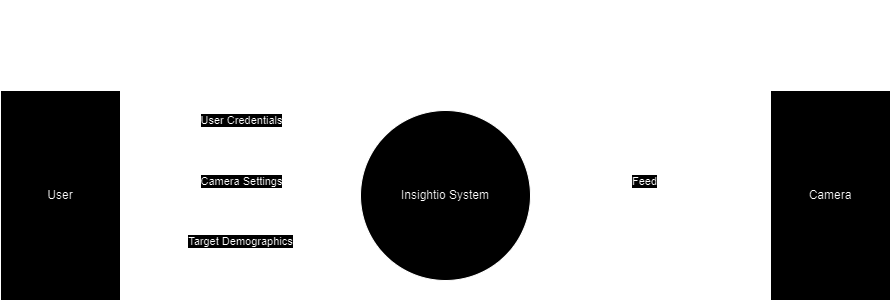
Above: Documentation/assets/INS-DFD-000-Git.png in CankayaUniversity/ceng-407-408-2023-2024-Insightio (draw.io), before the change. Source tidied: cells renumbered, new cells last; positions are measured from the earlier drawing's top-left corner, leaving out a move shared by most shapes. The source it was exported from:
```xml
<mxGraphModel background="#ffffff">
  <root>
    <mxCell id="0" />
    <mxCell id="1" parent="0" />
    <mxCell id="2" style="line;strokeWidth=1;fillColor=none;align=left;verticalAlign=middle;spacingTop=-1;spacingLeft=3;spacingRight=3;labelPosition=right;strokeColor=inherit;" parent="1" vertex="1">
      <mxGeometry x="120" y="26" width="650" height="8" as="geometry" />
    </mxCell>
    <mxCell id="3" style="group;" parent="1" vertex="1">
      <mxGeometry y="90" width="890" height="210" as="geometry" />
    </mxCell>
    <mxCell id="4" value="Insightio System" style="ellipse;whiteSpace=wrap;html=1;" parent="3" vertex="1">
      <mxGeometry x="360" y="20" width="170" height="170" as="geometry" />
    </mxCell>
    <mxCell id="5" style="edgeStyle=orthogonalEdgeStyle;rounded=0;jettySize=auto;html=1;exitX=0.25;exitY=0;exitDx=0;exitDy=0;entryX=0;entryY=0;entryDx=0;entryDy=0;" parent="3" edge="1" source="11" target="4">
      <mxGeometry relative="1" as="geometry">
        <Array as="points">
          <mxPoint x="120" y="45" />
        </Array>
      </mxGeometry>
    </mxCell>
    <mxCell id="6" value="User Credentials" style="edgeLabel;html=1;align=center;verticalAlign=middle;" parent="5" vertex="1">
      <mxGeometry x="0.25" y="-1" relative="1" as="geometry">
        <mxPoint x="-43" y="-16" as="offset" />
      </mxGeometry>
    </mxCell>
    <mxCell id="7" style="edgeStyle=orthogonalEdgeStyle;rounded=0;jettySize=auto;html=1;exitX=0.5;exitY=0;exitDx=0;exitDy=0;entryX=0;entryY=0.5;entryDx=0;entryDy=0;" parent="3" edge="1" source="11" target="4">
      <mxGeometry relative="1" as="geometry" />
    </mxCell>
    <mxCell id="8" value="Camera Settings" style="edgeLabel;html=1;align=center;verticalAlign=middle;" parent="7" vertex="1">
      <mxGeometry x="0.23" relative="1" as="geometry">
        <mxPoint x="-27" y="-15" as="offset" />
      </mxGeometry>
    </mxCell>
    <mxCell id="9" style="edgeStyle=orthogonalEdgeStyle;rounded=0;jettySize=auto;html=1;exitX=0;exitY=1;exitDx=0;exitDy=0;entryX=0.786;entryY=-0.017;entryDx=0;entryDy=0;entryPerimeter=0;" parent="3" edge="1" source="4" target="11">
      <mxGeometry relative="1" as="geometry" />
    </mxCell>
    <mxCell id="10" value="Target Demographics" style="edgeLabel;html=1;align=center;verticalAlign=middle;" parent="9" vertex="1">
      <mxGeometry x="0.04" relative="1" as="geometry">
        <mxPoint x="-8" y="-15" as="offset" />
      </mxGeometry>
    </mxCell>
    <mxCell id="11" value="User" style="rounded=0;whiteSpace=wrap;html=1;direction=south;" parent="3" vertex="1">
      <mxGeometry width="120" height="210" as="geometry" />
    </mxCell>
    <mxCell id="12" style="edgeStyle=orthogonalEdgeStyle;rounded=0;jettySize=auto;html=1;exitX=0.5;exitY=1;exitDx=0;exitDy=0;entryX=1;entryY=0.5;entryDx=0;entryDy=0;" parent="3" edge="1" source="14" target="4">
      <mxGeometry relative="1" as="geometry" />
    </mxCell>
    <mxCell id="13" value="Feed" style="edgeLabel;html=1;align=center;verticalAlign=middle;" parent="12" vertex="1">
      <mxGeometry x="0.06" y="-1" relative="1" as="geometry">
        <mxPoint y="-14" as="offset" />
      </mxGeometry>
    </mxCell>
    <mxCell id="14" value="Camera" style="rounded=0;whiteSpace=wrap;html=1;direction=south;" parent="3" vertex="1">
      <mxGeometry x="770" width="120" height="210" as="geometry" />
    </mxCell>
    <mxCell id="15" value="Insightio Level 0 DFD" style="text;align=center;fontStyle=1;verticalAlign=middle;spacingLeft=3;spacingRight=3;strokeColor=none;html=1;" parent="1" vertex="1">
      <mxGeometry x="405" width="80" height="26" as="geometry" />
    </mxCell>
  </root>
</mxGraphModel>
```
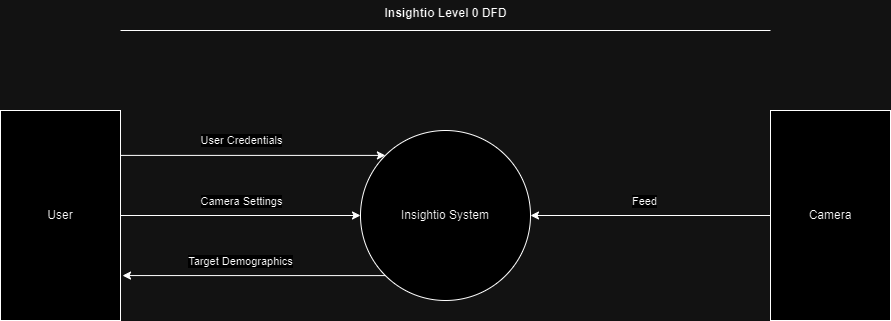
After the commit.

The edit, as a diff of the source:
```diff
@@ -1,37 +1,37 @@
-<mxGraphModel background="#ffffff">
+<mxGraphModel>
   <root>
     <mxCell id="0" />
     <mxCell id="1" parent="0" />
-    <mxCell id="2" style="line;strokeWidth=1;fillColor=none;align=left;verticalAlign=middle;spacingTop=-1;spacingLeft=3;spacingRight=3;labelPosition=right;strokeColor=inherit;" parent="1" vertex="1">
-      <mxGeometry x="120" y="26" width="650" height="8" as="geometry" />
-    </mxCell>
-    <mxCell id="3" style="group;" parent="1" vertex="1">
-      <mxGeometry y="90" width="890" height="210" as="geometry" />
-    </mxCell>
+    <mxCell id="16" style="line;strokeWidth=1;fillColor=none;align=left;verticalAlign=middle;spacingTop=-1;spacingLeft=3;spacingRight=3;labelPosition=right;strokeColor=inherit;" parent="1" vertex="1">
+      <mxGeometry x="120" y="26" width="650" height="8" as="geometry" />
+    </mxCell>
+    <mxCell id="17" style="group;" parent="1" vertex="1">
+      <mxGeometry y="110" width="890" height="210" as="geometry" />
+    </mxCell>
-    <mxCell id="4" value="Insightio System" style="ellipse;whiteSpace=wrap;html=1;" parent="3" vertex="1">
+    <mxCell id="4" value="Insightio System" style="ellipse;whiteSpace=wrap;html=1;" parent="17" vertex="1">
       <mxGeometry x="360" y="20" width="170" height="170" as="geometry" />
     </mxCell>
-    <mxCell id="5" style="edgeStyle=orthogonalEdgeStyle;rounded=0;jettySize=auto;html=1;exitX=0.25;exitY=0;exitDx=0;exitDy=0;entryX=0;entryY=0;entryDx=0;entryDy=0;" parent="3" edge="1" source="11" target="4">
-      <mxGeometry relative="1" as="geometry">
-        <Array as="points">
-          <mxPoint x="120" y="45" />
-        </Array>
-      </mxGeometry>
-    </mxCell>
+    <mxCell id="18" style="edgeStyle=orthogonalEdgeStyle;rounded=0;jettySize=auto;html=1;exitX=0.25;exitY=0;exitDx=0;exitDy=0;entryX=0;entryY=0;entryDx=0;entryDy=0;" parent="17" edge="1" source="11" target="4">
+      <mxGeometry relative="1" as="geometry">
+        <Array as="points">
+          <mxPoint x="120" y="45" />
+        </Array>
+      </mxGeometry>
+    </mxCell>
-    <mxCell id="6" value="User Credentials" style="edgeLabel;html=1;align=center;verticalAlign=middle;" parent="5" vertex="1">
+    <mxCell id="6" value="User Credentials" style="edgeLabel;html=1;align=center;verticalAlign=middle;" parent="18" vertex="1">
       <mxGeometry x="0.25" y="-1" relative="1" as="geometry">
         <mxPoint x="-43" y="-16" as="offset" />
       </mxGeometry>
     </mxCell>
-    <mxCell id="7" style="edgeStyle=orthogonalEdgeStyle;rounded=0;jettySize=auto;html=1;exitX=0.5;exitY=0;exitDx=0;exitDy=0;entryX=0;entryY=0.5;entryDx=0;entryDy=0;" parent="3" edge="1" source="11" target="4">
-      <mxGeometry relative="1" as="geometry" />
-    </mxCell>
+    <mxCell id="19" style="edgeStyle=orthogonalEdgeStyle;rounded=0;jettySize=auto;html=1;exitX=0.5;exitY=0;exitDx=0;exitDy=0;entryX=0;entryY=0.5;entryDx=0;entryDy=0;" parent="17" edge="1" source="11" target="4">
+      <mxGeometry relative="1" as="geometry" />
+    </mxCell>
-    <mxCell id="8" value="Camera Settings" style="edgeLabel;html=1;align=center;verticalAlign=middle;" parent="7" vertex="1">
+    <mxCell id="8" value="Camera Settings" style="edgeLabel;html=1;align=center;verticalAlign=middle;" parent="19" vertex="1">
       <mxGeometry x="0.23" relative="1" as="geometry">
         <mxPoint x="-27" y="-15" as="offset" />
       </mxGeometry>
     </mxCell>
-    <mxCell id="9" style="edgeStyle=orthogonalEdgeStyle;rounded=0;jettySize=auto;html=1;exitX=0;exitY=1;exitDx=0;exitDy=0;entryX=0.786;entryY=-0.017;entryDx=0;entryDy=0;entryPerimeter=0;" parent="3" edge="1" source="4" target="11">
+    <mxCell id="9" style="edgeStyle=orthogonalEdgeStyle;rounded=0;jettySize=auto;html=1;exitX=0;exitY=1;exitDx=0;exitDy=0;entryX=0.786;entryY=-0.017;entryDx=0;entryDy=0;entryPerimeter=0;" parent="17" edge="1" source="4" target="11">
       <mxGeometry relative="1" as="geometry" />
     </mxCell>
     <mxCell id="10" value="Target Demographics" style="edgeLabel;html=1;align=center;verticalAlign=middle;" parent="9" vertex="1">
@@ -39,10 +39,10 @@
         <mxPoint x="-8" y="-15" as="offset" />
       </mxGeometry>
     </mxCell>
-    <mxCell id="11" value="User" style="rounded=0;whiteSpace=wrap;html=1;direction=south;" parent="3" vertex="1">
+    <mxCell id="11" value="User" style="rounded=0;whiteSpace=wrap;html=1;direction=south;" parent="17" vertex="1">
       <mxGeometry width="120" height="210" as="geometry" />
     </mxCell>
-    <mxCell id="12" style="edgeStyle=orthogonalEdgeStyle;rounded=0;jettySize=auto;html=1;exitX=0.5;exitY=1;exitDx=0;exitDy=0;entryX=1;entryY=0.5;entryDx=0;entryDy=0;" parent="3" edge="1" source="14" target="4">
+    <mxCell id="12" style="edgeStyle=orthogonalEdgeStyle;rounded=0;jettySize=auto;html=1;exitX=0.5;exitY=1;exitDx=0;exitDy=0;entryX=1;entryY=0.5;entryDx=0;entryDy=0;" parent="17" edge="1" source="14" target="4">
       <mxGeometry relative="1" as="geometry" />
     </mxCell>
     <mxCell id="13" value="Feed" style="edgeLabel;html=1;align=center;verticalAlign=middle;" parent="12" vertex="1">
@@ -50,7 +50,7 @@
         <mxPoint y="-14" as="offset" />
       </mxGeometry>
     </mxCell>
-    <mxCell id="14" value="Camera" style="rounded=0;whiteSpace=wrap;html=1;direction=south;" parent="3" vertex="1">
+    <mxCell id="14" value="Camera" style="rounded=0;whiteSpace=wrap;html=1;direction=south;" parent="17" vertex="1">
       <mxGeometry x="770" width="120" height="210" as="geometry" />
     </mxCell>
     <mxCell id="15" value="Insightio Level 0 DFD" style="text;align=center;fontStyle=1;verticalAlign=middle;spacingLeft=3;spacingRight=3;strokeColor=none;html=1;" parent="1" vertex="1">
```
